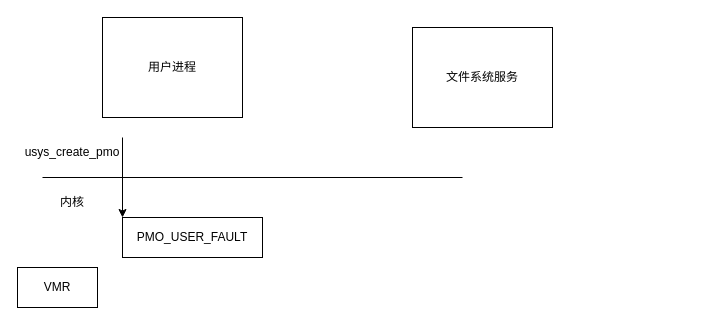
This is vfs/ipc_mmap_connect.drawio from ReimuYk/drawio_master_graduate_paper, a draw.io file, before an edit. Source tidied: cells renumbered, new cells numbered last; positions are measured from the earlier drawing's top-left corner, leaving out a move shared by most shapes. Both pictures are drawn from the tidied source at 100%, with x=0, y=0 at pixel (17, 17).
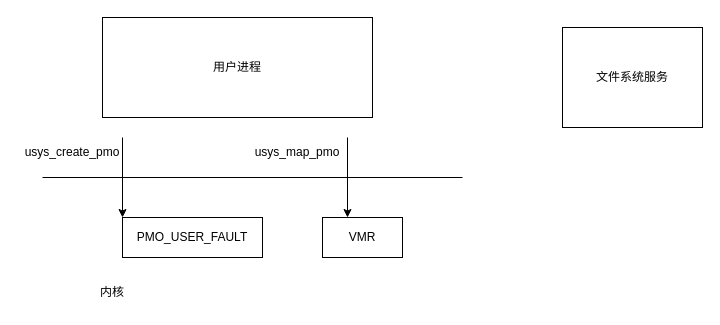
After the change.

The edit, as a diff of the source:
```diff
@@
 <mxGraphModel>
   <root>
     <mxCell id="0" />
     <mxCell id="1" parent="0" />
     <mxCell id="2" value="用户进程" style="rounded=0;whiteSpace=wrap;html=1;" parent="1" vertex="1">
-      <mxGeometry x="85" width="140" height="100" as="geometry" />
+      <mxGeometry x="85" width="270" height="100" as="geometry" />
     </mxCell>
     <mxCell id="3" value="文件系统服务" style="rounded=0;whiteSpace=wrap;html=1;" parent="1" vertex="1">
-      <mxGeometry x="395" y="10" width="140" height="100" as="geometry" />
+      <mxGeometry x="545" y="10" width="140" height="100" as="geometry" />
     </mxCell>
     <mxCell id="4" style="endArrow=none;html=1;rounded=0;" parent="1" edge="1">
       <mxGeometry relative="1" as="geometry">
         <mxPoint x="25" y="160" as="sourcePoint" />
         <mxPoint x="445" y="160" as="targetPoint" />
       </mxGeometry>
     </mxCell>
     <mxCell id="5" value="内核" style="text;html=1;strokeColor=none;fillColor=none;align=center;verticalAlign=middle;whiteSpace=wrap;rounded=0;" parent="1" vertex="1">
-      <mxGeometry x="25" y="170" width="60" height="30" as="geometry" />
+      <mxGeometry x="65" y="260" width="60" height="30" as="geometry" />
     </mxCell>
     <mxCell id="6" style="endArrow=classic;html=1;rounded=0;" parent="1" edge="1">
       <mxGeometry relative="1" as="geometry">
         <mxPoint x="105" y="120" as="sourcePoint" />
         <mxPoint x="105" y="200" as="targetPoint" />
       </mxGeometry>
     </mxCell>
     <mxCell id="7" value="usys_create_pmo" style="text;html=1;strokeColor=none;fillColor=none;align=center;verticalAlign=middle;whiteSpace=wrap;rounded=0;" parent="1" vertex="1">
       <mxGeometry y="120" width="110" height="30" as="geometry" />
     </mxCell>
     <mxCell id="8" value="PMO_USER_FAULT" style="rounded=0;whiteSpace=wrap;html=1;" parent="1" vertex="1">
       <mxGeometry x="105" y="200" width="140" height="40" as="geometry" />
     </mxCell>
     <mxCell id="9" value="VMR" style="rounded=0;whiteSpace=wrap;html=1;" parent="1" vertex="1">
-      <mxGeometry y="250" width="80" height="40" as="geometry" />
+      <mxGeometry x="305" y="200" width="80" height="40" as="geometry" />
     </mxCell>
+    <mxCell id="10" style="endArrow=classic;html=1;rounded=0;" parent="1" edge="1">
+      <mxGeometry relative="1" as="geometry">
+        <mxPoint x="330" y="120" as="sourcePoint" />
+        <mxPoint x="330" y="200" as="targetPoint" />
+      </mxGeometry>
+    </mxCell>
+    <mxCell id="11" value="usys_map_pmo" style="text;html=1;strokeColor=none;fillColor=none;align=center;verticalAlign=middle;whiteSpace=wrap;rounded=0;" parent="1" vertex="1">
+      <mxGeometry x="225" y="120" width="110" height="30" as="geometry" />
+    </mxCell>
   </root>
 </mxGraphModel>
```
